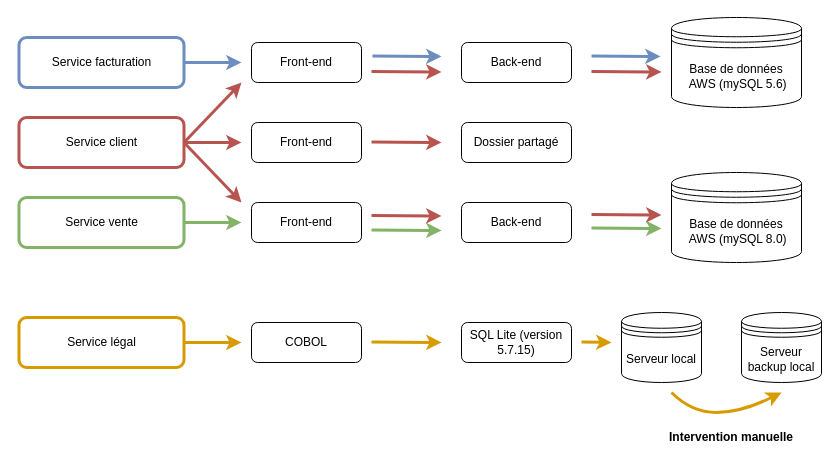
Before: LAEBaseApplicatif.drawio in cjour/audit_logistics, a draw.io diagram. Source tidied: cells renumbered, new cells numbered last; positions are measured from the earlier drawing's top-left corner, leaving out a move shared by most shapes. Both pictures are drawn from the tidied source at 100%, with x=0, y=0 at pixel (19, 17).
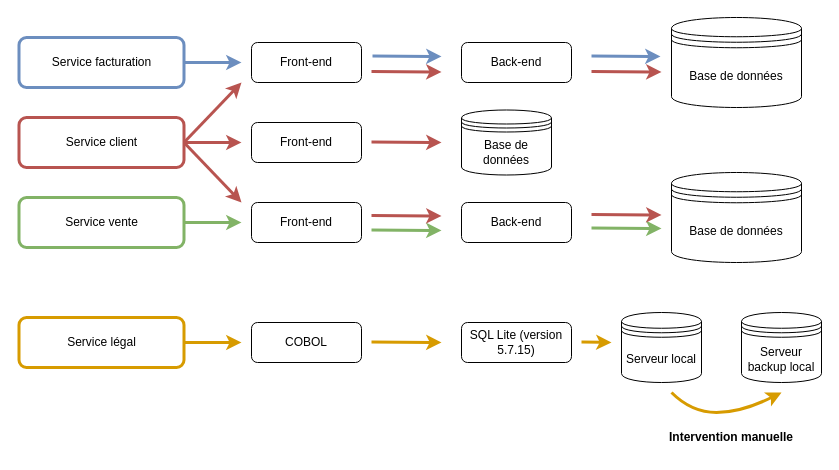
The same diagram, later.

Commit message (it also covers changes not shown here):
Mettre à jour LAEBaseApplicatif.drawio

What changed in the source:
```diff
@@
-    <mxCell id="4" value="&lt;div&gt;Base de données&lt;/div&gt;&lt;div&gt;&amp;nbsp;AWS (mySQL 5.6)&lt;br&gt;&lt;/div&gt;" style="shape=datastore;whiteSpace=wrap;html=1;" parent="1" vertex="1">
+    <mxCell id="4" value="&lt;div&gt;Base de données&lt;/div&gt;" style="shape=datastore;whiteSpace=wrap;html=1;" parent="1" vertex="1">
       <mxGeometry x="652" width="130" height="90" as="geometry" />
     </mxCell>
@@
-    <mxCell id="8" value="Dossier partagé" style="rounded=1;whiteSpace=wrap;html=1;" parent="1" vertex="1">
-      <mxGeometry x="442" y="105" width="110" height="40" as="geometry" />
-    </mxCell>
@@
-    <mxCell id="12" value="&lt;div&gt;Base de données&lt;/div&gt;&lt;div&gt;&amp;nbsp;AWS (mySQL 8.0)&lt;br&gt;&lt;/div&gt;" style="shape=datastore;whiteSpace=wrap;html=1;" parent="1" vertex="1">
+    <mxCell id="12" value="&lt;div&gt;Base de données&lt;/div&gt;" style="shape=datastore;whiteSpace=wrap;html=1;" parent="1" vertex="1">
       <mxGeometry x="652" y="155" width="130" height="90" as="geometry" />
     </mxCell>
@@
+    <mxCell id="41" value="&lt;div&gt;Base de données&lt;/div&gt;" style="shape=datastore;whiteSpace=wrap;html=1;" parent="1" vertex="1">
+      <mxGeometry x="442" y="92.5" width="90" height="65" as="geometry" />
+    </mxCell>
```
